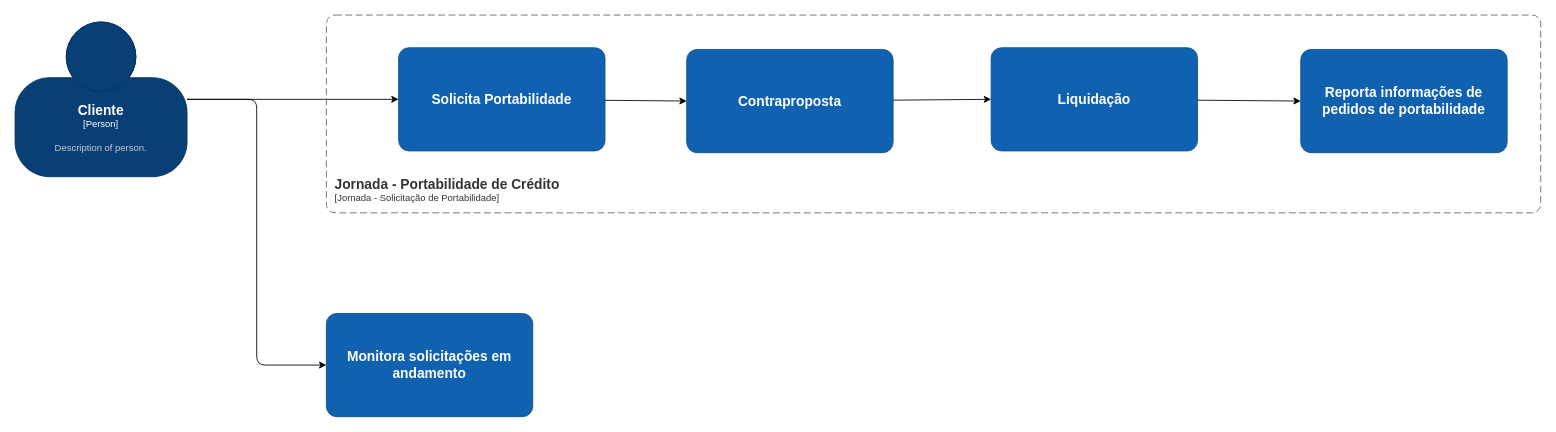
The draw.io diagram page "Cliente - Jornada Portabilidade de Credito" (2 of 20) of portabilidade_credito.drawio in andreferreiratrindade/portabilidade_credito_draw, before the edit. Source tidied: cells renumbered, new cells numbered last; positions are measured from the earlier drawing's top-left corner, leaving out a move shared by most shapes. Both pictures are drawn from the tidied source at 86%, with x=0, y=0 at pixel (15, 15).
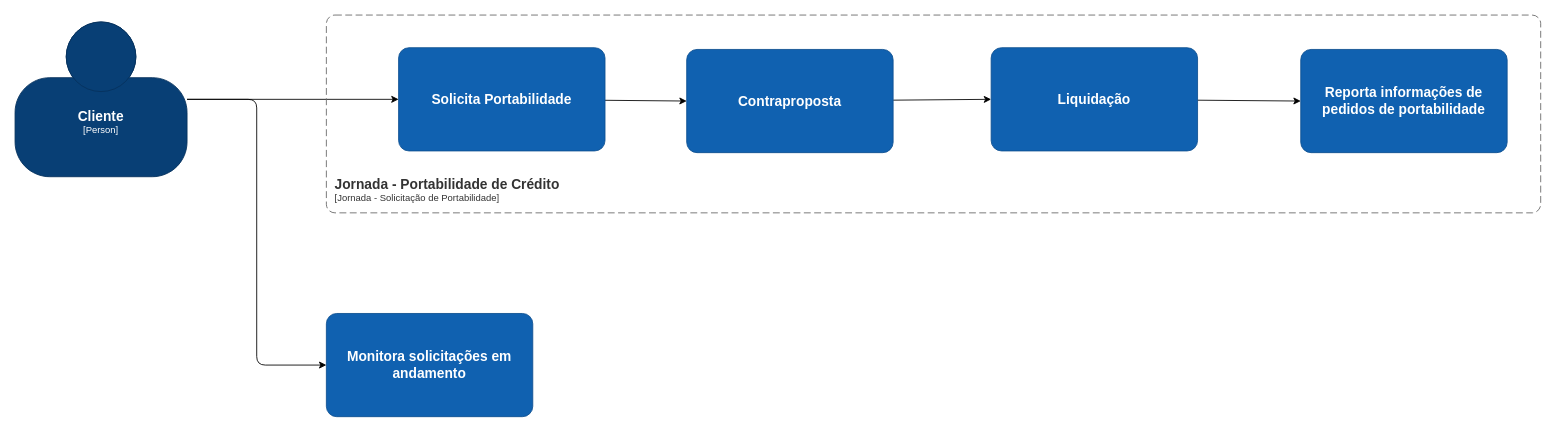
After the change.

Diff of the diagram source:
```diff
@@
 <mxGraphModel>
   <root>
     <mxCell id="0" />
     <mxCell id="1" parent="0" />
-    <object id="2" label="&lt;font style=&quot;font-size: 16px&quot;&gt;&lt;b&gt;%c4Name%&lt;/b&gt;&lt;/font&gt;&lt;div&gt;[%c4Type%]&lt;/div&gt;&lt;br&gt;&lt;div&gt;&lt;font style=&quot;font-size: 11px&quot;&gt;&lt;font color=&quot;#cccccc&quot;&gt;%c4Description%&lt;/font&gt;&lt;/div&gt;" c4Description="Description of person." c4Name="Cliente" c4Type="Person" placeholders="1">
+    <object id="2" label="&lt;font style=&quot;font-size: 16px&quot;&gt;&lt;b&gt;%c4Name%&lt;/b&gt;&lt;/font&gt;&lt;div&gt;[%c4Type%]&lt;/div&gt;&lt;br&gt;&lt;div&gt;&lt;font style=&quot;font-size: 11px&quot;&gt;&lt;font color=&quot;#cccccc&quot;&gt;%c4Description%&lt;/font&gt;&lt;/div&gt;" c4Description="" c4Name="Cliente" c4Type="Person" placeholders="1">
       <mxCell style="html=1;fontSize=11;dashed=0;whiteSpace=wrap;fillColor=#083F75;strokeColor=#06315C;fontColor=#ffffff;shape=mxgraph.c4.person2;align=center;points=[[0.5,0,0],[1,0.5,0],[1,0.75,0],[0.75,1,0],[0.5,1,0],[0.25,1,0],[0,0.75,0],[0,0.5,0]];" parent="1" vertex="1">
         <mxGeometry y="8" width="200" height="180" as="geometry" />
       </mxCell>
     </object>
     <mxCell id="3" style="edgeStyle=orthogonalEdgeStyle;rounded=0;jettySize=auto;html=1;entryX=0;entryY=0.5;entryDx=0;entryDy=0;entryPerimeter=0;" parent="1" edge="1" source="2" target="6">
       <mxGeometry relative="1" as="geometry" />
     </mxCell>
     <object id="4" label="&lt;font style=&quot;font-size: 16px&quot;&gt;&lt;b&gt;&lt;div style=&quot;text-align: left&quot;&gt;%c4Name%&lt;/div&gt;&lt;/b&gt;&lt;/font&gt;&lt;div style=&quot;text-align: left&quot;&gt;[%c4Application%]&lt;/div&gt;" c4Application="Jornada - Solicitação de Portabilidade" c4Name="Jornada - Portabilidade de Crédito" placeholders="1">
       <mxCell style="rounded=1;fontSize=11;whiteSpace=wrap;html=1;dashed=1;arcSize=20;fillColor=none;strokeColor=#666666;fontColor=#333333;labelBackgroundColor=none;align=left;verticalAlign=bottom;labelBorderColor=none;spacingTop=0;spacing=10;dashPattern=8 4;perimeter=rectanglePerimeter;noLabel=0;labelPadding=0;absoluteArcSize=1;" parent="1" vertex="1">
         <mxGeometry x="362" width="1412" height="230" as="geometry" />
       </mxCell>
     </object>
     <mxCell id="5" style="edgeStyle=none;html=1;entryX=0;entryY=0.5;entryDx=0;entryDy=0;entryPerimeter=0;" parent="1" edge="1" source="6" target="10">
       <mxGeometry relative="1" as="geometry" />
     </mxCell>
     <object id="6" label="&lt;font style=&quot;font-size: 16px&quot;&gt;&lt;b&gt;%c4Name%&lt;/b&gt;&lt;/font&gt;&lt;br&gt;&lt;div&gt;&lt;font style=&quot;font-size: 11px&quot;&gt;&lt;font color=&quot;#cccccc&quot;&gt;%c4Description%&lt;/font&gt;&lt;/div&gt;" c4Description="" c4Name="Solicita Portabilidade" placeholders="1">
       <mxCell style="rounded=1;whiteSpace=wrap;html=1;labelBackgroundColor=none;fillColor=#1061B0;fontColor=#ffffff;align=center;arcSize=10;strokeColor=#0D5091;points=[[0.25,0,0],[0.5,0,0],[0.75,0,0],[1,0.25,0],[1,0.5,0],[1,0.75,0],[0.75,1,0],[0.5,1,0],[0.25,1,0],[0,0.75,0],[0,0.5,0],[0,0.25,0]];" parent="1" vertex="1">
         <mxGeometry x="446" y="38" width="240" height="120" as="geometry" />
       </mxCell>
     </object>
     <object id="7" label="&lt;font style=&quot;font-size: 16px&quot;&gt;&lt;b&gt;%c4Name%&lt;/b&gt;&lt;/font&gt;&lt;br&gt;&lt;div&gt;&lt;font style=&quot;font-size: 11px&quot;&gt;&lt;font color=&quot;#cccccc&quot;&gt;%c4Description%&lt;/font&gt;&lt;/div&gt;" c4Description="" c4Name="Monitora solicitações em andamento" placeholders="1">
       <mxCell style="rounded=1;whiteSpace=wrap;html=1;labelBackgroundColor=none;fillColor=#1061B0;fontColor=#ffffff;align=center;arcSize=10;strokeColor=#0D5091;points=[[0.25,0,0],[0.5,0,0],[0.75,0,0],[1,0.25,0],[1,0.5,0],[1,0.75,0],[0.75,1,0],[0.5,1,0],[0.25,1,0],[0,0.75,0],[0,0.5,0],[0,0.25,0]];" parent="1" vertex="1">
         <mxGeometry x="362" y="347" width="240" height="120" as="geometry" />
       </mxCell>
     </object>
     <mxCell id="8" style="edgeStyle=orthogonalEdgeStyle;rounded=1;jettySize=auto;html=1;entryX=0;entryY=0.5;entryDx=0;entryDy=0;entryPerimeter=0;curved=0;" parent="1" edge="1" source="2" target="7">
       <mxGeometry relative="1" as="geometry" />
     </mxCell>
     <mxCell id="9" style="edgeStyle=none;html=1;entryX=0;entryY=0.5;entryDx=0;entryDy=0;entryPerimeter=0;" parent="1" edge="1" source="10" target="12">
       <mxGeometry relative="1" as="geometry" />
     </mxCell>
     <object id="10" label="&lt;font style=&quot;font-size: 16px&quot;&gt;&lt;b&gt;%c4Name%&lt;/b&gt;&lt;/font&gt;&lt;br&gt;&lt;div&gt;&lt;font style=&quot;font-size: 11px&quot;&gt;&lt;font color=&quot;#cccccc&quot;&gt;%c4Description%&lt;/font&gt;&lt;/div&gt;" c4Description="" c4Name="Contraproposta" placeholders="1">
       <mxCell style="rounded=1;whiteSpace=wrap;html=1;labelBackgroundColor=none;fillColor=#1061B0;fontColor=#ffffff;align=center;arcSize=10;strokeColor=#0D5091;points=[[0.25,0,0],[0.5,0,0],[0.75,0,0],[1,0.25,0],[1,0.5,0],[1,0.75,0],[0.75,1,0],[0.5,1,0],[0.25,1,0],[0,0.75,0],[0,0.5,0],[0,0.25,0]];" parent="1" vertex="1">
         <mxGeometry x="781" y="40" width="240" height="120" as="geometry" />
       </mxCell>
     </object>
     <mxCell id="11" style="edgeStyle=none;html=1;entryX=0;entryY=0.5;entryDx=0;entryDy=0;entryPerimeter=0;" parent="1" edge="1" source="12" target="13">
       <mxGeometry relative="1" as="geometry" />
     </mxCell>
     <object id="12" label="&lt;font style=&quot;font-size: 16px&quot;&gt;&lt;b&gt;%c4Name%&lt;/b&gt;&lt;/font&gt;&lt;br&gt;&lt;div&gt;&lt;font style=&quot;font-size: 11px&quot;&gt;&lt;font color=&quot;#cccccc&quot;&gt;%c4Description%&lt;/font&gt;&lt;/div&gt;" c4Description="" c4Name="Liquidação" placeholders="1">
       <mxCell style="rounded=1;whiteSpace=wrap;html=1;labelBackgroundColor=none;fillColor=#1061B0;fontColor=#ffffff;align=center;arcSize=10;strokeColor=#0D5091;points=[[0.25,0,0],[0.5,0,0],[0.75,0,0],[1,0.25,0],[1,0.5,0],[1,0.75,0],[0.75,1,0],[0.5,1,0],[0.25,1,0],[0,0.75,0],[0,0.5,0],[0,0.25,0]];" parent="1" vertex="1">
         <mxGeometry x="1135" y="38" width="240" height="120" as="geometry" />
       </mxCell>
     </object>
     <object id="13" label="&lt;font style=&quot;font-size: 16px&quot;&gt;&lt;b&gt;%c4Name%&lt;/b&gt;&lt;/font&gt;&lt;br&gt;&lt;div&gt;&lt;font style=&quot;font-size: 11px&quot;&gt;&lt;font color=&quot;#cccccc&quot;&gt;%c4Description%&lt;/font&gt;&lt;/div&gt;" c4Description="" c4Name="Reporta informações de pedidos de portabilidade" placeholders="1">
       <mxCell style="rounded=1;whiteSpace=wrap;html=1;labelBackgroundColor=none;fillColor=#1061B0;fontColor=#ffffff;align=center;arcSize=10;strokeColor=#0D5091;points=[[0.25,0,0],[0.5,0,0],[0.75,0,0],[1,0.25,0],[1,0.5,0],[1,0.75,0],[0.75,1,0],[0.5,1,0],[0.25,1,0],[0,0.75,0],[0,0.5,0],[0,0.25,0]];" parent="1" vertex="1">
         <mxGeometry x="1495" y="40" width="240" height="120" as="geometry" />
       </mxCell>
     </object>
   </root>
 </mxGraphModel>
```
